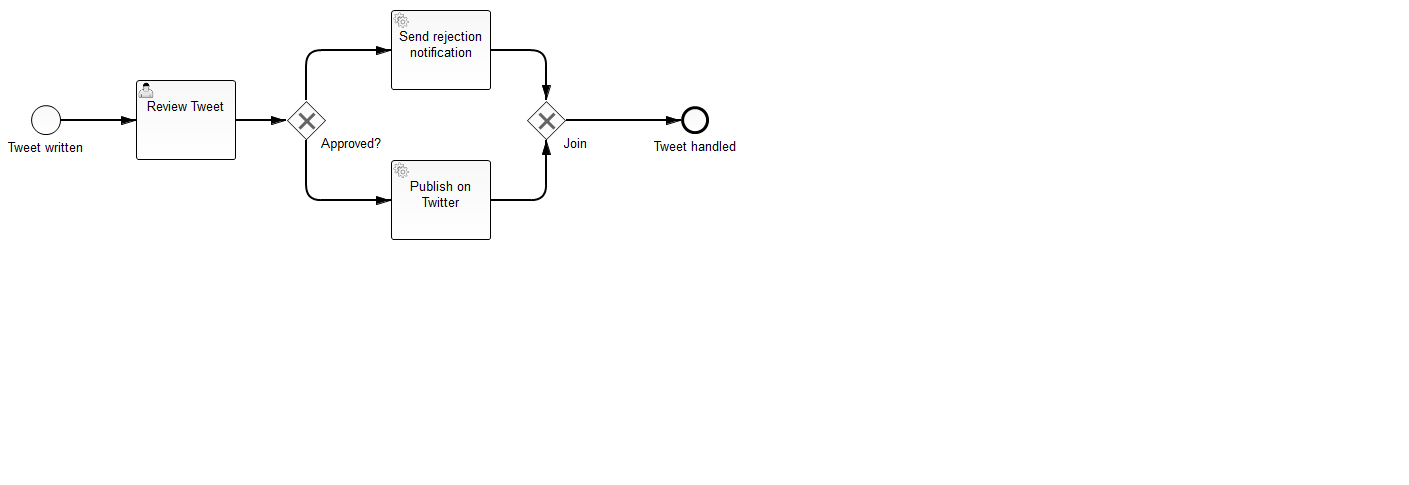
This is twitter/src/main/resources/TwitterDemoProcess.png from camunda-consulting/camunda-7-code-examples, a BPMN export, as it was before one commit. Its source is kept beside it as twitter/src/main/resources/TwitterDemoProcess.bpmn. Ids are renumbered.
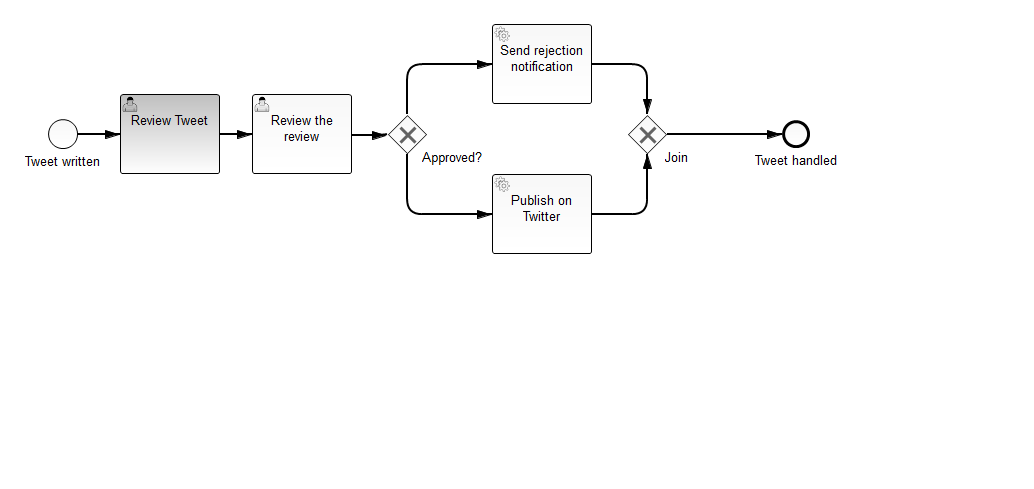
After the commit.

What changed in the source:
```diff
@@ -1,16 +1,12 @@
 <definitions xmlns:xsi="http://www.w3.org/2001/XMLSchema-instance" xmlns="http://www.omg.org/spec/BPMN/20100524/MODEL" xmlns:activiti="http://activiti.org/bpmn" xmlns:bpmndi="http://www.omg.org/spec/BPMN/20100524/DI" xmlns:omgdc="http://www.omg.org/spec/DD/20100524/DC" xmlns:omgdi="http://www.omg.org/spec/DD/20100524/DI" xsi:schemaLocation="http://www.omg.org/spec/BPMN/20100524/MODEL BPMN20.xsd" targetNamespace="http://www.signavio.com/bpmn20">
   <process id="TwitterDemoProcess" name="TwitterDemoProcess" isExecutable="true">
-    <startEvent id="start_event_new_tweet" activiti:initiator="initiator" activiti:formKey="app:createTweet.jsf" name="Tweet written">
-      <outgoing>SequenceFlow_2</outgoing>
-    </startEvent>
-    <sequenceFlow id="SequenceFlow_2" name="" sourceRef="start_event_new_tweet" targetRef="user_task_review_tweet"/>
-    <userTask id="user_task_review_tweet" activiti:assignee="demo" activiti:formKey="app:reviewTweet.jsf" name="Review Tweet">
-      <incoming>SequenceFlow_2</incoming>
-      <outgoing>SequenceFlow</outgoing>
-    </userTask>
-    <sequenceFlow id="SequenceFlow" name="" sourceRef="user_task_review_tweet" targetRef="gateway_approved"/>
+    <serviceTask id="service_task_send_rejection_notification" activiti:class="org.camunda.bpm.example.twitter.RejectionNotificationDelegate" name="Send rejection notification">
+      <incoming>no</incoming>
+      <outgoing>SequenceFlow_4</outgoing>
+    </serviceTask>
+    <sequenceFlow id="SequenceFlow_4" name="" sourceRef="service_task_send_rejection_notification" targetRef="gateway_join"/>
     <exclusiveGateway id="gateway_approved" name="Approved?">
-      <incoming>SequenceFlow</incoming>
+      <incoming>SequenceFlow_1</incoming>
       <outgoing>no</outgoing>
       <outgoing>yes</outgoing>
     </exclusiveGateway>
@@ -20,92 +16,133 @@
     <sequenceFlow id="yes" name="" sourceRef="gateway_approved" targetRef="service_task_publish_on_twitter">
       <conditionExpression xsi:type="tFormalExpression" id="FormalExpression_2">#{approved}</conditionExpression>
     </sequenceFlow>
-    <serviceTask id="service_task_publish_on_twitter" activiti:class="org.camunda.bpm.example.twitter.TweetContentDelegate" name="Publish on Twitter">
+    <exclusiveGateway id="gateway_join" name="Join">
+      <incoming>SequenceFlow_4</incoming>
+      <incoming>SequenceFlow_3</incoming>
+      <outgoing>SequenceFlow_5</outgoing>
+    </exclusiveGateway>
+    <sequenceFlow id="SequenceFlow_5" name="" sourceRef="gateway_join" targetRef="end_event_tweet_handled"/>
+    <serviceTask id="service_task_publish_on_twitter" activiti:delegateExpression="#{tweetAdapter}" name="Publish on Twitter">
       <incoming>yes</incoming>
       <outgoing>SequenceFlow_3</outgoing>
     </serviceTask>
     <sequenceFlow id="SequenceFlow_3" name="" sourceRef="service_task_publish_on_twitter" targetRef="gateway_join"/>
-    <serviceTask id="service_task_send_rejection_notification" activiti:class="org.camunda.bpm.example.twitter.RejectionNotificationDelegate" name="Send rejection notification">
-      <incoming>no</incoming>
-      <outgoing>SequenceFlow_4</outgoing>
-    </serviceTask>
-    <sequenceFlow id="SequenceFlow_4" name="" sourceRef="service_task_send_rejection_notification" targetRef="gateway_join"/>
-    <exclusiveGateway id="gateway_join" name="Join">
-      <incoming>SequenceFlow_3</incoming>
-      <incoming>SequenceFlow_4</incoming>
-      <outgoing>SequenceFlow_5</outgoing>
-    </exclusiveGateway>
-    <sequenceFlow id="SequenceFlow_5" name="" sourceRef="gateway_join" targetRef="end_event_tweet_handled"/>
     <endEvent id="end_event_tweet_handled" name="Tweet handled">
       <incoming>SequenceFlow_5</incoming>
     </endEvent>
+    <startEvent id="start_event_new_tweet" activiti:initiator="initiator" activiti:formKey="app:createTweet.jsf" name="Tweet written">
+      <outgoing>SequenceFlow_9</outgoing>
+    </startEvent>
+    <sequenceFlow id="SequenceFlow_9" name="" sourceRef="start_event_new_tweet" targetRef="user_task_review_tweet_XXXX"/>
+    <userTask id="user_task_review_tweet_XXXX" activiti:assignee="demo" activiti:formKey="app:reviewTweet.jsf" name="Review Tweet">
+      <incoming>SequenceFlow_9</incoming>
+      <outgoing>SequenceFlow</outgoing>
+    </userTask>
+    <sequenceFlow id="SequenceFlow" name="" sourceRef="user_task_review_tweet_XXXX" targetRef="UserTask_1"/>
+    <userTask id="UserTask_1" activiti:assignee="demo" activiti:formKey="app:reviewTweet.jsf" name="Review the review">
+      <incoming>SequenceFlow</incoming>
+      <outgoing>SequenceFlow_1</outgoing>
+    </userTask>
+    <sequenceFlow id="SequenceFlow_1" name="" sourceRef="UserTask_1" targetRef="gateway_approved"/>
   </process>
   <bpmndi:BPMNDiagram id="BPMNDiagram_TwitterDemoProcess">
     <bpmndi:BPMNPlane id="BPMNPlane_TwitterDemoProcess" bpmnElement="TwitterDemoProcess">
       <bpmndi:BPMNShape id="BPMNShape_new_tweet_3" bpmnElement="start_event_new_tweet">
-        <omgdc:Bounds height="30.0" width="30.0" x="10.0" y="105.0"/>
+        <omgdc:Bounds height="30.0" width="30.0" x="48.0" y="119.0"/>
         <bpmndi:BPMNLabel>
-          <omgdc:Bounds height="22.0" width="34.0" x="8.0" y="137.0"/>
+          <omgdc:Bounds height="22.0" width="82.0" x="22.0" y="151.0"/>
         </bpmndi:BPMNLabel>
       </bpmndi:BPMNShape>
-      <bpmndi:BPMNShape id="BPMNShape_Review_Tweet_3" bpmnElement="user_task_review_tweet">
-        <omgdc:Bounds height="80.0" width="100.0" x="115.0" y="80.0"/>
+      <bpmndi:BPMNShape id="BPMNShape_Review_Tweet_3" bpmnElement="user_task_review_tweet_XXXX">
+        <omgdc:Bounds height="80.0" width="100.0" x="120.0" y="94.0"/>
       </bpmndi:BPMNShape>
       <bpmndi:BPMNShape id="BPMNShape_Approved__3" bpmnElement="gateway_approved" isMarkerVisible="true">
-        <omgdc:Bounds height="40.0" width="40.0" x="265.0" y="100.0"/>
+        <omgdc:Bounds height="40.0" width="40.0" x="387.0" y="114.0"/>
         <bpmndi:BPMNLabel>
-          <omgdc:Bounds height="22.0" width="68.0" x="297.0" y="133.0"/>
+          <omgdc:Bounds height="22.0" width="66.0" x="420.0" y="147.0"/>
         </bpmndi:BPMNLabel>
       </bpmndi:BPMNShape>
       <bpmndi:BPMNShape id="BPMNShape_Publish_on_Twitter_3" bpmnElement="service_task_publish_on_twitter">
-        <omgdc:Bounds height="80.0" width="100.0" x="370.0" y="160.0"/>
+        <omgdc:Bounds height="80.0" width="100.0" x="492.0" y="174.0"/>
       </bpmndi:BPMNShape>
       <bpmndi:BPMNShape id="BPMNShape_Send_rejection_notification_3" bpmnElement="service_task_send_rejection_notification">
-        <omgdc:Bounds height="80.0" width="100.0" x="370.0" y="10.0"/>
+        <omgdc:Bounds height="80.0" width="100.0" x="492.0" y="24.0"/>
       </bpmndi:BPMNShape>
       <bpmndi:BPMNShape id="BPMNShape_Exclusive_Databased_Gateway_3" bpmnElement="gateway_join" isMarkerVisible="true">
-        <omgdc:Bounds height="40.0" width="40.0" x="505.0" y="100.0"/>
+        <omgdc:Bounds height="40.0" width="40.0" x="627.0" y="114.0"/>
         <bpmndi:BPMNLabel>
-          <omgdc:Bounds height="22.0" width="30.0" x="540.0" y="133.0"/>
+          <omgdc:Bounds height="22.0" width="29.0" x="663.0" y="147.0"/>
         </bpmndi:BPMNLabel>
       </bpmndi:BPMNShape>
       <bpmndi:BPMNShape id="BPMNShape_EndNoneEvent_3" bpmnElement="end_event_tweet_handled">
-        <omgdc:Bounds height="28.0" width="28.0" x="660.0" y="106.0"/>
+        <omgdc:Bounds height="28.0" width="28.0" x="782.0" y="120.0"/>
         <bpmndi:BPMNLabel>
-          <omgdc:Bounds height="22.0" width="29.0" x="660.0" y="136.0"/>
+          <omgdc:Bounds height="22.0" width="89.0" x="752.0" y="150.0"/>
         </bpmndi:BPMNLabel>
       </bpmndi:BPMNShape>
-      <bpmndi:BPMNEdge id="BPMNEdge_SequenceFlow_2" bpmnElement="SequenceFlow_2" sourceElement="BPMNShape_new_tweet_3" targetElement="BPMNShape_Review_Tweet_3">
-        <omgdi:waypoint xsi:type="omgdc:Point" x="40.0" y="120.0"/>
-        <omgdi:waypoint xsi:type="omgdc:Point" x="115.0" y="120.0"/>
-      </bpmndi:BPMNEdge>
-      <bpmndi:BPMNEdge id="BPMNEdge_SequenceFlow" bpmnElement="SequenceFlow" sourceElement="BPMNShape_Review_Tweet_3" targetElement="BPMNShape_Approved__3">
-        <omgdi:waypoint xsi:type="omgdc:Point" x="215.0" y="120.0"/>
-        <omgdi:waypoint xsi:type="omgdc:Point" x="265.0" y="120.0"/>
+      <bpmndi:BPMNEdge id="BPMNEdge_SequenceFlow" bpmnElement="SequenceFlow" sourceElement="BPMNShape_Review_Tweet_3" targetElement="_BPMNShape_UserTask_2">
+        <omgdi:waypoint xsi:type="omgdc:Point" x="220.0" y="134.0"/>
+        <omgdi:waypoint xsi:type="omgdc:Point" x="252.0" y="134.0"/>
+        <bpmndi:BPMNLabel>
+          <omgdc:Bounds height="6.0" width="6.0" x="233.0" y="134.0"/>
+        </bpmndi:BPMNLabel>
       </bpmndi:BPMNEdge>
       <bpmndi:BPMNEdge id="BPMNEdge_SequenceFlow_3" bpmnElement="SequenceFlow_3" sourceElement="BPMNShape_Publish_on_Twitter_3" targetElement="BPMNShape_Exclusive_Databased_Gateway_3">
-        <omgdi:waypoint xsi:type="omgdc:Point" x="470.0" y="200.0"/>
-        <omgdi:waypoint xsi:type="omgdc:Point" x="525.0" y="200.0"/>
-        <omgdi:waypoint xsi:type="omgdc:Point" x="525.0" y="140.0"/>
+        <omgdi:waypoint xsi:type="omgdc:Point" x="592.0" y="214.0"/>
+        <omgdi:waypoint xsi:type="omgdc:Point" x="647.0" y="214.0"/>
+        <omgdi:waypoint xsi:type="omgdc:Point" x="647.0" y="154.0"/>
+        <bpmndi:BPMNLabel>
+          <omgdc:Bounds height="6.0" width="6.0" x="639.0" y="226.0"/>
+        </bpmndi:BPMNLabel>
       </bpmndi:BPMNEdge>
       <bpmndi:BPMNEdge id="BPMNEdge_SequenceFlow_4" bpmnElement="SequenceFlow_4" sourceElement="BPMNShape_Send_rejection_notification_3" targetElement="BPMNShape_Exclusive_Databased_Gateway_3">
-        <omgdi:waypoint xsi:type="omgdc:Point" x="470.0" y="50.0"/>
-        <omgdi:waypoint xsi:type="omgdc:Point" x="525.0" y="50.0"/>
-        <omgdi:waypoint xsi:type="omgdc:Point" x="525.0" y="100.0"/>
+        <omgdi:waypoint xsi:type="omgdc:Point" x="592.0" y="64.0"/>
+        <omgdi:waypoint xsi:type="omgdc:Point" x="647.0" y="64.0"/>
+        <omgdi:waypoint xsi:type="omgdc:Point" x="647.0" y="114.0"/>
+        <bpmndi:BPMNLabel>
+          <omgdc:Bounds height="6.0" width="6.0" x="872.0" y="102.0"/>
+        </bpmndi:BPMNLabel>
       </bpmndi:BPMNEdge>
       <bpmndi:BPMNEdge id="BPMNEdge_SequenceFlow_5" bpmnElement="SequenceFlow_5" sourceElement="BPMNShape_Exclusive_Databased_Gateway_3" targetElement="BPMNShape_EndNoneEvent_3">
-        <omgdi:waypoint xsi:type="omgdc:Point" x="545.0" y="120.0"/>
-        <omgdi:waypoint xsi:type="omgdc:Point" x="660.0" y="120.0"/>
+        <omgdi:waypoint xsi:type="omgdc:Point" x="667.0" y="134.0"/>
+        <omgdi:waypoint xsi:type="omgdc:Point" x="782.0" y="134.0"/>
+        <bpmndi:BPMNLabel>
+          <omgdc:Bounds height="6.0" width="6.0" x="722.0" y="127.0"/>
+        </bpmndi:BPMNLabel>
       </bpmndi:BPMNEdge>
       <bpmndi:BPMNEdge id="BPMNEdge_no" bpmnElement="no" sourceElement="BPMNShape_Approved__3" targetElement="BPMNShape_Send_rejection_notification_3">
-        <omgdi:waypoint xsi:type="omgdc:Point" x="285.0" y="100.0"/>
-        <omgdi:waypoint xsi:type="omgdc:Point" x="285.0" y="50.0"/>
-        <omgdi:waypoint xsi:type="omgdc:Point" x="370.0" y="50.0"/>
+        <omgdi:waypoint xsi:type="omgdc:Point" x="407.0" y="114.0"/>
+        <omgdi:waypoint xsi:type="omgdc:Point" x="407.0" y="64.0"/>
+        <omgdi:waypoint xsi:type="omgdc:Point" x="492.0" y="64.0"/>
+        <bpmndi:BPMNLabel>
+          <omgdc:Bounds height="6.0" width="6.0" x="652.0" y="102.0"/>
+        </bpmndi:BPMNLabel>
       </bpmndi:BPMNEdge>
       <bpmndi:BPMNEdge id="BPMNEdge_yes" bpmnElement="yes" sourceElement="BPMNShape_Approved__3" targetElement="BPMNShape_Publish_on_Twitter_3">
-        <omgdi:waypoint xsi:type="omgdc:Point" x="285.0" y="140.0"/>
-        <omgdi:waypoint xsi:type="omgdc:Point" x="285.0" y="200.0"/>
-        <omgdi:waypoint xsi:type="omgdc:Point" x="370.0" y="200.0"/>
+        <omgdi:waypoint xsi:type="omgdc:Point" x="407.0" y="154.0"/>
+        <omgdi:waypoint xsi:type="omgdc:Point" x="407.0" y="214.0"/>
+        <omgdi:waypoint xsi:type="omgdc:Point" x="492.0" y="214.0"/>
+        <bpmndi:BPMNLabel>
+          <omgdc:Bounds height="6.0" width="6.0" x="417.0" y="214.0"/>
+        </bpmndi:BPMNLabel>
+      </bpmndi:BPMNEdge>
+      <bpmndi:BPMNEdge id="BPMNEdge_SequenceFlow_9" bpmnElement="SequenceFlow_9" sourceElement="BPMNShape_new_tweet_3" targetElement="BPMNShape_Review_Tweet_3">
+        <omgdi:waypoint xsi:type="omgdc:Point" x="78.0" y="134.0"/>
+        <omgdi:waypoint xsi:type="omgdc:Point" x="120.0" y="134.0"/>
+        <bpmndi:BPMNLabel>
+          <omgdc:Bounds height="6.0" width="6.0" x="103.0" y="119.0"/>
+        </bpmndi:BPMNLabel>
+      </bpmndi:BPMNEdge>
+      <bpmndi:BPMNShape id="_BPMNShape_UserTask_2" bpmnElement="UserTask_1">
+        <omgdc:Bounds height="80.0" width="100.0" x="252.0" y="94.0"/>
+      </bpmndi:BPMNShape>
+      <bpmndi:BPMNEdge id="BPMNEdge_SequenceFlow_1" bpmnElement="SequenceFlow_1" sourceElement="_BPMNShape_UserTask_2" targetElement="BPMNShape_Approved__3">
+        <omgdi:waypoint xsi:type="omgdc:Point" x="352.0" y="135.0"/>
+        <omgdi:waypoint xsi:type="omgdc:Point" x="368.0" y="135.0"/>
+        <omgdi:waypoint xsi:type="omgdc:Point" x="387.0" y="135.0"/>
+        <bpmndi:BPMNLabel>
+          <omgdc:Bounds height="6.0" width="6.0" x="367.0" y="135.0"/>
+        </bpmndi:BPMNLabel>
       </bpmndi:BPMNEdge>
     </bpmndi:BPMNPlane>
   </bpmndi:BPMNDiagram>
```
